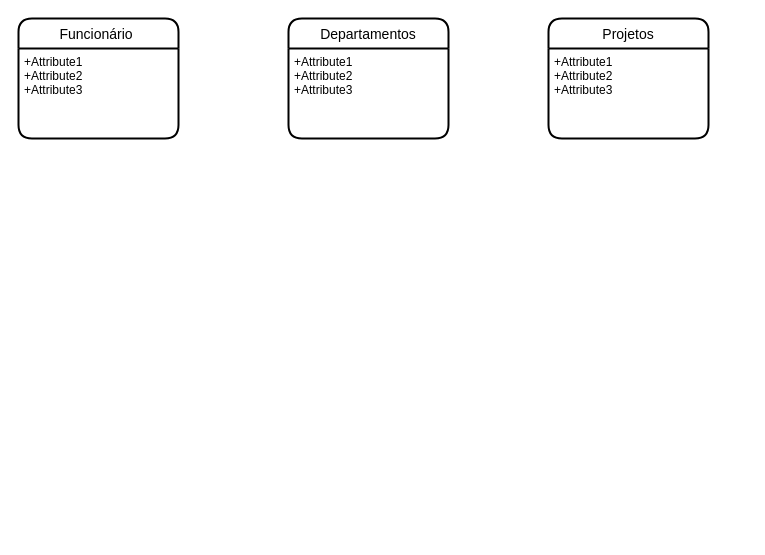
Before: src/Exercicios/DB-AT02.drawio in GilsonSantosUX/LPOO, a draw.io diagram. Source tidied: cells renumbered, new cells numbered last; positions are measured from the earlier drawing's top-left corner, leaving out a move shared by most shapes. Both pictures are drawn from the tidied source at 100%, with x=0, y=0 at pixel (18, 18).
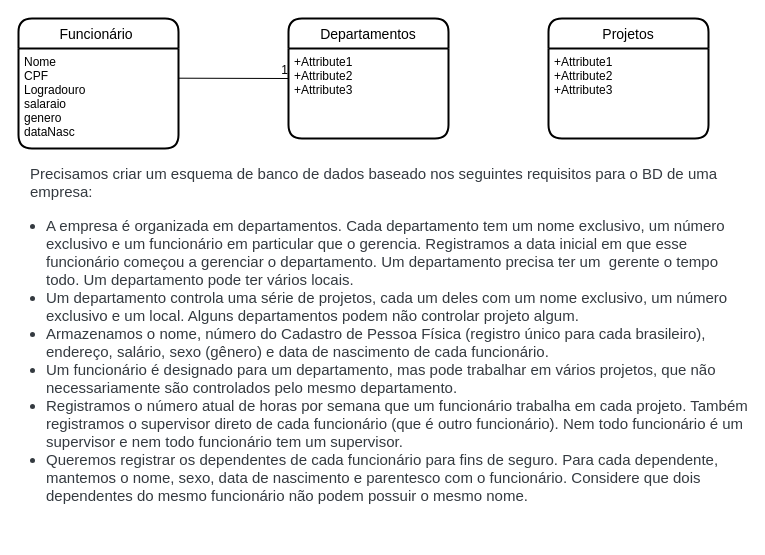
The same page after the edit.

Diff of the diagram source:
```diff
@@
 <mxGraphModel>
   <root>
     <mxCell id="0" />
     <mxCell id="1" parent="0" />
     <mxCell id="2" value="Funcionário " style="swimlane;horizontal=1;startSize=30;rounded=1;fontSize=14;fontStyle=0;strokeWidth=2;shadow=0;dashed=0;align=center;" parent="1" vertex="1">
-      <mxGeometry width="160" height="120" as="geometry" />
+      <mxGeometry width="160" height="130" as="geometry" />
     </mxCell>
-    <mxCell id="3" value="+Attribute1&#10;+Attribute2&#10;+Attribute3" style="align=left;strokeColor=none;fillColor=none;spacingLeft=4;fontSize=12;verticalAlign=top;" parent="2" vertex="1">
-      <mxGeometry y="30" width="160" height="90" as="geometry" />
+    <mxCell id="3" value="Nome&#10;CPF&#10;Logradouro&#10;salaraio&#10;genero&#10;dataNasc" style="align=left;strokeColor=none;fillColor=none;spacingLeft=4;fontSize=12;verticalAlign=top;" parent="2" vertex="1">
+      <mxGeometry y="30" width="160" height="100" as="geometry" />
     </mxCell>
     <mxCell id="4" value="Departamentos" style="swimlane;horizontal=1;startSize=30;rounded=1;fontSize=14;fontStyle=0;strokeWidth=2;shadow=0;dashed=0;align=center;" parent="1" vertex="1">
       <mxGeometry x="270" width="160" height="120" as="geometry" />
     </mxCell>
     <mxCell id="5" value="+Attribute1&#10;+Attribute2&#10;+Attribute3" style="align=left;strokeColor=none;fillColor=none;spacingLeft=4;fontSize=12;verticalAlign=top;" parent="4" vertex="1">
       <mxGeometry y="30" width="160" height="90" as="geometry" />
     </mxCell>
     <mxCell id="6" value="Projetos" style="swimlane;horizontal=1;startSize=30;rounded=1;fontSize=14;fontStyle=0;strokeWidth=2;shadow=0;dashed=0;align=center;" parent="1" vertex="1">
       <mxGeometry x="530" width="160" height="120" as="geometry" />
     </mxCell>
     <mxCell id="7" value="+Attribute1&#10;+Attribute2&#10;+Attribute3" style="align=left;strokeColor=none;fillColor=none;spacingLeft=4;fontSize=12;verticalAlign=top;" parent="6" vertex="1">
       <mxGeometry y="30" width="160" height="90" as="geometry" />
     </mxCell>
+    <mxCell id="8" style="endArrow=none;html=1;rounded=0;" parent="1" edge="1">
+      <mxGeometry relative="1" as="geometry">
+        <mxPoint x="160" y="59.7" as="sourcePoint" />
+        <mxPoint x="270" y="60" as="targetPoint" />
+      </mxGeometry>
+    </mxCell>
+    <mxCell id="9" value="1" style="html=1;align=right;verticalAlign=bottom;" parent="8" vertex="1">
+      <mxGeometry x="1" relative="1" as="geometry" />
+    </mxCell>
+    <mxCell id="10" value="&lt;p id=&quot;yui_3_17_2_1_1617393367127_50&quot; style=&quot;box-sizing: border-box; margin-top: 0px; margin-bottom: 1rem; color: rgb(52, 58, 64); font-family: poppins, sans-serif; font-size: 15px; font-style: normal; font-weight: 400; letter-spacing: normal; text-align: left; text-indent: 0px; text-transform: none; word-spacing: 0px; background-color: rgb(255, 255, 255);&quot;&gt;&lt;span id=&quot;yui_3_17_2_1_1617393367127_49&quot; style=&quot;box-sizing: border-box ; font-size: 0.9375rem&quot;&gt;Precisamos criar um esquema de banco de dados baseado nos seguintes requisitos para o BD de uma empresa:&lt;/span&gt;&lt;/p&gt;&lt;p style=&quot;box-sizing: border-box; margin-top: 0px; margin-bottom: 1rem; color: rgb(52, 58, 64); font-family: poppins, sans-serif; font-size: 15px; font-style: normal; font-weight: 400; letter-spacing: normal; text-align: left; text-indent: 0px; text-transform: none; word-spacing: 0px; background-color: rgb(255, 255, 255);&quot;&gt;&lt;/p&gt;&lt;div id=&quot;yui_3_17_2_1_1617393367127_53&quot; style=&quot;box-sizing: border-box; color: rgb(52, 58, 64); font-family: poppins, sans-serif; font-size: 15px; font-style: normal; font-weight: 400; letter-spacing: normal; text-align: left; text-indent: 0px; text-transform: none; word-spacing: 0px; background-color: rgb(255, 255, 255);&quot;&gt;&lt;ul id=&quot;yui_3_17_2_1_1617393367127_52&quot; style=&quot;box-sizing: border-box ; margin-top: 0px ; margin-bottom: 1rem ; padding-left: 1rem&quot;&gt;&lt;li id=&quot;yui_3_17_2_1_1617393367127_51&quot; style=&quot;box-sizing: border-box&quot;&gt;A empresa é organizada em departamentos. Cada departamento tem um nome exclusivo, um número exclusivo e um funcionário em particular que o gerencia. Registramos a data inicial em que esse funcionário começou a gerenciar o departamento. Um departamento precisa ter um&amp;nbsp; gerente o tempo todo. Um departamento pode ter vários locais.&lt;/li&gt;&lt;li id=&quot;yui_3_17_2_1_1617393367127_55&quot; style=&quot;box-sizing: border-box&quot;&gt;Um departamento controla uma série de projetos, cada um deles com um nome exclusivo, um número exclusivo e um local. Alguns departamentos podem não controlar projeto algum.&lt;/li&gt;&lt;li id=&quot;yui_3_17_2_1_1617393367127_54&quot; style=&quot;box-sizing: border-box&quot;&gt;Armazenamos o nome, número do Cadastro de Pessoa Física (registro único para cada brasileiro), endereço, salário, sexo (gênero) e data de nascimento de cada funcionário.&amp;nbsp;&lt;/li&gt;&lt;li id=&quot;yui_3_17_2_1_1617393367127_56&quot; style=&quot;box-sizing: border-box&quot;&gt;Um funcionário é designado para um departamento, mas pode trabalhar em vários projetos, que não necessariamente são controlados pelo mesmo departamento.&lt;/li&gt;&lt;li style=&quot;box-sizing: border-box&quot;&gt;Registramos o número atual de horas por semana que um funcionário trabalha em cada projeto. Também registramos o supervisor direto de cada funcionário (que é outro funcionário). Nem todo funcionário é um supervisor e nem todo funcionário tem um supervisor.&lt;/li&gt;&lt;li style=&quot;box-sizing: border-box&quot;&gt;Queremos registrar os dependentes de cada funcionário para fins de seguro. Para cada dependente, mantemos o nome, sexo, data de nascimento e parentesco com o funcionário. Considere que dois dependentes do mesmo funcionário não podem possuir o mesmo nome.&lt;/li&gt;&lt;/ul&gt;&lt;/div&gt;" style="text;whiteSpace=wrap;html=1;" parent="1" vertex="1">
+      <mxGeometry x="10" y="140" width="720" height="380" as="geometry" />
+    </mxCell>
   </root>
 </mxGraphModel>
```
